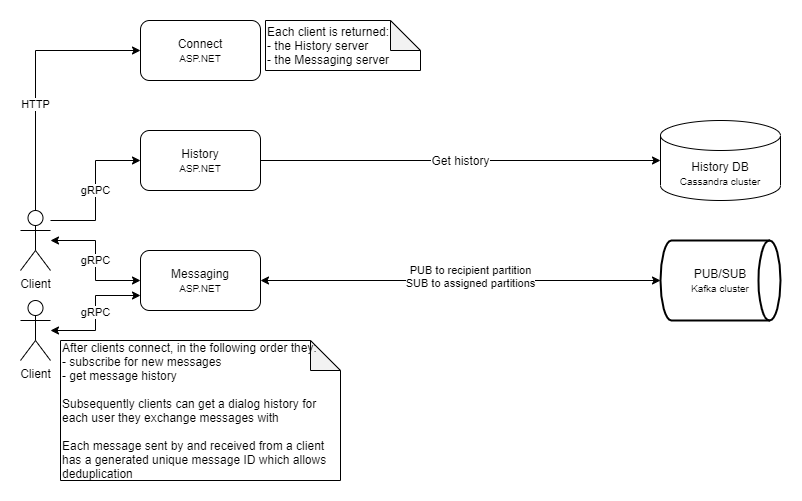
Before: docs/images/cecochat-04-clients.png, a diagram exported from draw.io (cvetomir-todorov/CecoChat). Source tidied: cells renumbered, new cells last; positions are measured from the earlier drawing's top-left corner, leaving out a move shared by most shapes. The source it was exported from:
```xml
<mxGraphModel>
  <root>
    <mxCell id="0" />
    <mxCell id="1" parent="0" />
    <mxCell id="2" value="gRPC" style="edgeStyle=orthogonalEdgeStyle;rounded=0;jettySize=auto;html=1;entryX=0;entryY=0.5;entryDx=0;entryDy=0;startArrow=classic;startFill=1;" parent="1" edge="1" source="5" target="9">
      <mxGeometry relative="1" as="geometry" />
    </mxCell>
    <mxCell id="3" value="HTTP" style="edgeStyle=orthogonalEdgeStyle;rounded=0;jettySize=auto;html=1;entryX=0;entryY=0.5;entryDx=0;entryDy=0;" parent="1" edge="1" source="5" target="13">
      <mxGeometry x="-0.2" relative="1" as="geometry">
        <Array as="points">
          <mxPoint x="15" y="30" />
        </Array>
      </mxGeometry>
    </mxCell>
    <mxCell id="4" value="gRPC" style="edgeStyle=orthogonalEdgeStyle;rounded=0;jettySize=auto;html=1;entryX=0;entryY=0.5;entryDx=0;entryDy=0;" parent="1" edge="1" source="5" target="16">
      <mxGeometry relative="1" as="geometry">
        <Array as="points">
          <mxPoint x="75" y="200" />
          <mxPoint x="75" y="140" />
        </Array>
      </mxGeometry>
    </mxCell>
    <mxCell id="5" value="Client" style="shape=umlActor;verticalLabelPosition=bottom;verticalAlign=top;html=1;outlineConnect=0;" parent="1" vertex="1">
      <mxGeometry y="190" width="30" height="60" as="geometry" />
    </mxCell>
    <mxCell id="6" value="gRPC" style="edgeStyle=orthogonalEdgeStyle;rounded=0;jettySize=auto;html=1;entryX=0;entryY=0.75;entryDx=0;entryDy=0;startArrow=classic;startFill=1;" parent="1" edge="1" source="7" target="9">
      <mxGeometry relative="1" as="geometry" />
    </mxCell>
    <mxCell id="7" value="Client" style="shape=umlActor;verticalLabelPosition=bottom;verticalAlign=top;html=1;outlineConnect=0;" parent="1" vertex="1">
      <mxGeometry y="280" width="30" height="60" as="geometry" />
    </mxCell>
    <mxCell id="8" value="PUB to recipient partition&lt;br&gt;&lt;div&gt;SUB to assigned partitions&lt;/div&gt;" style="rounded=0;jettySize=auto;html=1;entryX=0;entryY=0.5;entryDx=0;entryDy=0;entryPerimeter=0;startArrow=classic;startFill=1;exitX=1;exitY=0.5;exitDx=0;exitDy=0;" parent="1" edge="1" source="9" target="10">
      <mxGeometry x="0.04" y="4" relative="1" as="geometry">
        <mxPoint x="1" as="offset" />
      </mxGeometry>
    </mxCell>
    <mxCell id="9" value="&lt;font style=&quot;font-size: 12px&quot;&gt;Messaging&lt;/font&gt;&lt;br&gt;&lt;font style=&quot;font-size: 10px&quot;&gt;ASP.NET&lt;/font&gt;" style="rounded=1;whiteSpace=wrap;html=1;" parent="1" vertex="1">
      <mxGeometry x="120" y="230" width="120" height="60" as="geometry" />
    </mxCell>
    <mxCell id="10" value="PUB/SUB&lt;br&gt;&lt;font style=&quot;font-size: 10px&quot;&gt;Kafka cluster&lt;/font&gt;" style="strokeWidth=2;html=1;shape=mxgraph.flowchart.direct_data;whiteSpace=wrap;" parent="1" vertex="1">
      <mxGeometry x="640" y="220" width="120" height="80" as="geometry" />
    </mxCell>
    <mxCell id="11" value="History DB&lt;br&gt;&lt;font style=&quot;font-size: 10px&quot;&gt;Cassandra cluster&lt;/font&gt;" style="shape=cylinder3;whiteSpace=wrap;html=1;boundedLbl=1;backgroundOutline=1;size=15;" parent="1" vertex="1">
      <mxGeometry x="640" y="100" width="120" height="80" as="geometry" />
    </mxCell>
    <mxCell id="12" value="&lt;font style=&quot;font-size: 12px&quot;&gt;Get history&lt;/font&gt;" style="rounded=0;jettySize=auto;html=1;entryX=0;entryY=0.5;entryDx=0;entryDy=0;entryPerimeter=0;startArrow=none;startFill=0;exitX=1;exitY=0.5;exitDx=0;exitDy=0;" parent="1" edge="1" source="16" target="11">
      <mxGeometry relative="1" as="geometry" />
    </mxCell>
    <mxCell id="13" value="&lt;font style=&quot;font-size: 12px&quot;&gt;Connect&lt;/font&gt;&lt;br&gt;&lt;font style=&quot;font-size: 10px&quot;&gt;ASP.NET&lt;/font&gt;" style="rounded=1;whiteSpace=wrap;html=1;" parent="1" vertex="1">
      <mxGeometry x="120" width="120" height="60" as="geometry" />
    </mxCell>
    <mxCell id="14" value="Each client is returned:&lt;br&gt;- the History server&lt;br&gt;- the Messaging server" style="shape=note;whiteSpace=wrap;html=1;backgroundOutline=1;darkOpacity=0.05;align=left;" parent="1" vertex="1">
      <mxGeometry x="245" width="155" height="50" as="geometry" />
    </mxCell>
    <mxCell id="15" value="After clients connect, in the following order they:&lt;br&gt;- subscribe for new messages&lt;br&gt;- get message history&lt;br&gt;&lt;br&gt;Subsequently clients can get a dialog history for each user they exchange messages with&lt;br&gt;&lt;br&gt;Each message sent by and received from a client has a generated unique message ID which allows deduplication" style="shape=note;whiteSpace=wrap;html=1;backgroundOutline=1;darkOpacity=0.05;align=left;" parent="1" vertex="1">
      <mxGeometry x="40" y="320" width="280" height="140" as="geometry" />
    </mxCell>
    <mxCell id="16" value="&lt;font style=&quot;font-size: 12px&quot;&gt;History&lt;/font&gt;&lt;br&gt;&lt;font style=&quot;font-size: 10px&quot;&gt;ASP.NET&lt;/font&gt;" style="rounded=1;whiteSpace=wrap;html=1;" parent="1" vertex="1">
      <mxGeometry x="120" y="110" width="120" height="60" as="geometry" />
    </mxCell>
  </root>
</mxGraphModel>
```
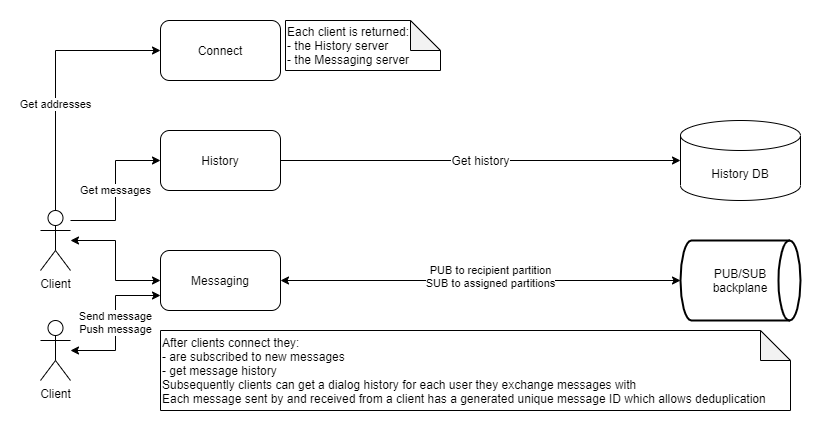
Above is the later version.

The edit, as a diff of the source:
```diff
@@ -2,17 +2,17 @@
   <root>
     <mxCell id="0" />
     <mxCell id="1" parent="0" />
-    <mxCell id="2" value="gRPC" style="edgeStyle=orthogonalEdgeStyle;rounded=0;jettySize=auto;html=1;entryX=0;entryY=0.5;entryDx=0;entryDy=0;startArrow=classic;startFill=1;" parent="1" edge="1" source="5" target="9">
+    <mxCell id="2" style="edgeStyle=orthogonalEdgeStyle;rounded=0;jettySize=auto;html=1;entryX=0;entryY=0.5;entryDx=0;entryDy=0;startArrow=classic;startFill=1;" parent="1" edge="1" source="5" target="9">
       <mxGeometry relative="1" as="geometry" />
     </mxCell>
-    <mxCell id="3" value="HTTP" style="edgeStyle=orthogonalEdgeStyle;rounded=0;jettySize=auto;html=1;entryX=0;entryY=0.5;entryDx=0;entryDy=0;" parent="1" edge="1" source="5" target="13">
+    <mxCell id="3" value="Get addresses" style="edgeStyle=orthogonalEdgeStyle;rounded=0;jettySize=auto;html=1;entryX=0;entryY=0.5;entryDx=0;entryDy=0;" parent="1" edge="1" source="5" target="13">
       <mxGeometry x="-0.2" relative="1" as="geometry">
         <Array as="points">
           <mxPoint x="15" y="30" />
         </Array>
       </mxGeometry>
     </mxCell>
-    <mxCell id="4" value="gRPC" style="edgeStyle=orthogonalEdgeStyle;rounded=0;jettySize=auto;html=1;entryX=0;entryY=0.5;entryDx=0;entryDy=0;" parent="1" edge="1" source="5" target="16">
+    <mxCell id="4" value="Get messages" style="edgeStyle=orthogonalEdgeStyle;rounded=0;jettySize=auto;html=1;entryX=0;entryY=0.5;entryDx=0;entryDy=0;" parent="1" edge="1" source="5" target="16">
       <mxGeometry relative="1" as="geometry">
         <Array as="points">
           <mxPoint x="75" y="200" />
@@ -23,39 +23,39 @@
     <mxCell id="5" value="Client" style="shape=umlActor;verticalLabelPosition=bottom;verticalAlign=top;html=1;outlineConnect=0;" parent="1" vertex="1">
       <mxGeometry y="190" width="30" height="60" as="geometry" />
     </mxCell>
-    <mxCell id="6" value="gRPC" style="edgeStyle=orthogonalEdgeStyle;rounded=0;jettySize=auto;html=1;entryX=0;entryY=0.75;entryDx=0;entryDy=0;startArrow=classic;startFill=1;" parent="1" edge="1" source="7" target="9">
+    <mxCell id="6" value="Send message&lt;br&gt;Push message" style="edgeStyle=orthogonalEdgeStyle;rounded=0;jettySize=auto;html=1;entryX=0;entryY=0.75;entryDx=0;entryDy=0;startArrow=classic;startFill=1;" parent="1" edge="1" source="7" target="9">
       <mxGeometry relative="1" as="geometry" />
     </mxCell>
     <mxCell id="7" value="Client" style="shape=umlActor;verticalLabelPosition=bottom;verticalAlign=top;html=1;outlineConnect=0;" parent="1" vertex="1">
-      <mxGeometry y="280" width="30" height="60" as="geometry" />
+      <mxGeometry y="300" width="30" height="60" as="geometry" />
     </mxCell>
     <mxCell id="8" value="PUB to recipient partition&lt;br&gt;&lt;div&gt;SUB to assigned partitions&lt;/div&gt;" style="rounded=0;jettySize=auto;html=1;entryX=0;entryY=0.5;entryDx=0;entryDy=0;entryPerimeter=0;startArrow=classic;startFill=1;exitX=1;exitY=0.5;exitDx=0;exitDy=0;" parent="1" edge="1" source="9" target="10">
       <mxGeometry x="0.04" y="4" relative="1" as="geometry">
         <mxPoint x="1" as="offset" />
       </mxGeometry>
     </mxCell>
-    <mxCell id="9" value="&lt;font style=&quot;font-size: 12px&quot;&gt;Messaging&lt;/font&gt;&lt;br&gt;&lt;font style=&quot;font-size: 10px&quot;&gt;ASP.NET&lt;/font&gt;" style="rounded=1;whiteSpace=wrap;html=1;" parent="1" vertex="1">
+    <mxCell id="9" value="&lt;font style=&quot;font-size: 12px&quot;&gt;Messaging&lt;/font&gt;" style="rounded=1;whiteSpace=wrap;html=1;" parent="1" vertex="1">
       <mxGeometry x="120" y="230" width="120" height="60" as="geometry" />
     </mxCell>
-    <mxCell id="10" value="PUB/SUB&lt;br&gt;&lt;font style=&quot;font-size: 10px&quot;&gt;Kafka cluster&lt;/font&gt;" style="strokeWidth=2;html=1;shape=mxgraph.flowchart.direct_data;whiteSpace=wrap;" parent="1" vertex="1">
+    <mxCell id="10" value="PUB/SUB&lt;br&gt;backplane" style="strokeWidth=2;html=1;shape=mxgraph.flowchart.direct_data;whiteSpace=wrap;" parent="1" vertex="1">
       <mxGeometry x="640" y="220" width="120" height="80" as="geometry" />
     </mxCell>
-    <mxCell id="11" value="History DB&lt;br&gt;&lt;font style=&quot;font-size: 10px&quot;&gt;Cassandra cluster&lt;/font&gt;" style="shape=cylinder3;whiteSpace=wrap;html=1;boundedLbl=1;backgroundOutline=1;size=15;" parent="1" vertex="1">
+    <mxCell id="11" value="History DB" style="shape=cylinder3;whiteSpace=wrap;html=1;boundedLbl=1;backgroundOutline=1;size=15;" parent="1" vertex="1">
       <mxGeometry x="640" y="100" width="120" height="80" as="geometry" />
     </mxCell>
     <mxCell id="12" value="&lt;font style=&quot;font-size: 12px&quot;&gt;Get history&lt;/font&gt;" style="rounded=0;jettySize=auto;html=1;entryX=0;entryY=0.5;entryDx=0;entryDy=0;entryPerimeter=0;startArrow=none;startFill=0;exitX=1;exitY=0.5;exitDx=0;exitDy=0;" parent="1" edge="1" source="16" target="11">
       <mxGeometry relative="1" as="geometry" />
     </mxCell>
-    <mxCell id="13" value="&lt;font style=&quot;font-size: 12px&quot;&gt;Connect&lt;/font&gt;&lt;br&gt;&lt;font style=&quot;font-size: 10px&quot;&gt;ASP.NET&lt;/font&gt;" style="rounded=1;whiteSpace=wrap;html=1;" parent="1" vertex="1">
+    <mxCell id="13" value="&lt;font style=&quot;font-size: 12px&quot;&gt;Connect&lt;/font&gt;" style="rounded=1;whiteSpace=wrap;html=1;" parent="1" vertex="1">
       <mxGeometry x="120" width="120" height="60" as="geometry" />
     </mxCell>
     <mxCell id="14" value="Each client is returned:&lt;br&gt;- the History server&lt;br&gt;- the Messaging server" style="shape=note;whiteSpace=wrap;html=1;backgroundOutline=1;darkOpacity=0.05;align=left;" parent="1" vertex="1">
       <mxGeometry x="245" width="155" height="50" as="geometry" />
     </mxCell>
-    <mxCell id="15" value="After clients connect, in the following order they:&lt;br&gt;- subscribe for new messages&lt;br&gt;- get message history&lt;br&gt;&lt;br&gt;Subsequently clients can get a dialog history for each user they exchange messages with&lt;br&gt;&lt;br&gt;Each message sent by and received from a client has a generated unique message ID which allows deduplication" style="shape=note;whiteSpace=wrap;html=1;backgroundOutline=1;darkOpacity=0.05;align=left;" parent="1" vertex="1">
-      <mxGeometry x="40" y="320" width="280" height="140" as="geometry" />
+    <mxCell id="15" value="After clients connect they:&lt;br&gt;- are subscribed to new messages&lt;br&gt;- get message history&lt;br&gt;Subsequently clients can get a dialog history for each user they exchange messages with&lt;br&gt;Each message sent by and received from a client has a generated unique message ID which allows deduplication" style="shape=note;whiteSpace=wrap;html=1;backgroundOutline=1;darkOpacity=0.05;align=left;" parent="1" vertex="1">
+      <mxGeometry x="120" y="310" width="630" height="80" as="geometry" />
     </mxCell>
-    <mxCell id="16" value="&lt;font style=&quot;font-size: 12px&quot;&gt;History&lt;/font&gt;&lt;br&gt;&lt;font style=&quot;font-size: 10px&quot;&gt;ASP.NET&lt;/font&gt;" style="rounded=1;whiteSpace=wrap;html=1;" parent="1" vertex="1">
+    <mxCell id="16" value="&lt;font style=&quot;font-size: 12px&quot;&gt;History&lt;/font&gt;" style="rounded=1;whiteSpace=wrap;html=1;" parent="1" vertex="1">
       <mxGeometry x="120" y="110" width="120" height="60" as="geometry" />
     </mxCell>
   </root>
```
